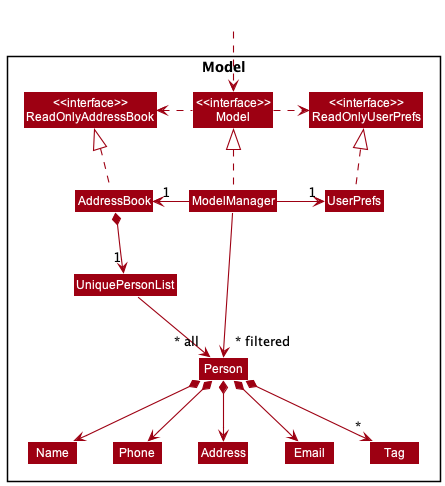
The PlantUML diagram docs/images/ModelClassDiagram.png in nus-cs2103-AY2223S2/tp, before a commit. Its source is kept beside it as docs/diagrams/ModelClassDiagram.puml.
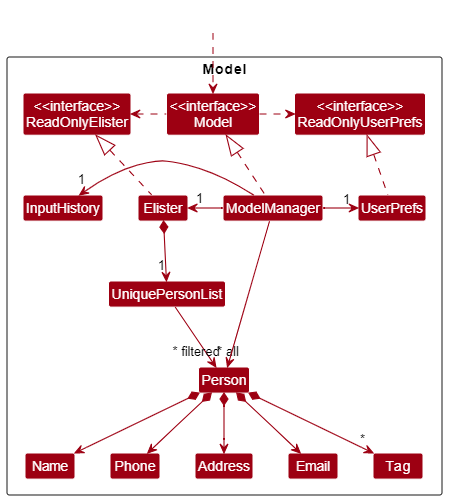
Above is the later version.

What changed in the source:
```diff
@@ -11,6 +11,7 @@
 Class Elister
 Class ModelManager
 Class UserPrefs
+Class InputHistory
 
 Class UniquePersonList
 Class Person
@@ -30,6 +31,7 @@
 ModelManager .up.|> Model
 Model .right.> ReadOnlyUserPrefs
 Model .left.> ReadOnlyElister
+ModelManager --left-> "1" InputHistory
 ModelManager -left-> "1" Elister
 ModelManager -right-> "1" UserPrefs
 UserPrefs .up.|> ReadOnlyUserPrefs
```
